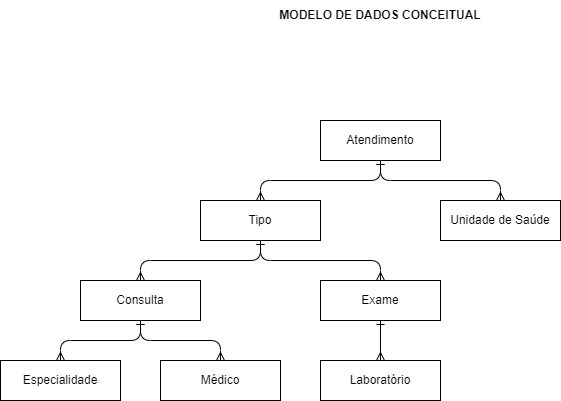
Before: Periodo 2/Desenvolvimento Rápido de Aplicações em Python/Projeto de Extensão/Modelo_Conceitual.png, a diagram exported from draw.io (rigueti-bruno/Uni-Codes). Source tidied: cells renumbered, new cells last; positions are measured from the earlier drawing's top-left corner, leaving out a move shared by most shapes. Its diagram source:
```xml
<mxGraphModel>
  <root>
    <mxCell id="0" />
    <mxCell id="1" parent="0" />
    <mxCell id="2" style="edgeStyle=orthogonalEdgeStyle;html=1;exitX=0.5;exitY=1;exitDx=0;exitDy=0;entryX=0.5;entryY=0;entryDx=0;entryDy=0;startArrow=ERone;startFill=0;endArrow=ERmany;endFill=0;" parent="1" edge="1" source="4" target="7">
      <mxGeometry relative="1" as="geometry" />
    </mxCell>
    <mxCell id="3" style="edgeStyle=orthogonalEdgeStyle;html=1;exitX=0.5;exitY=1;exitDx=0;exitDy=0;entryX=0.5;entryY=0;entryDx=0;entryDy=0;startArrow=ERone;startFill=0;endArrow=ERmany;endFill=0;" parent="1" edge="1" source="4" target="16">
      <mxGeometry relative="1" as="geometry" />
    </mxCell>
    <mxCell id="4" value="Atendimento" style="rounded=0;whiteSpace=wrap;html=1;" parent="1" vertex="1">
      <mxGeometry x="320" y="120" width="120" height="40" as="geometry" />
    </mxCell>
    <mxCell id="5" style="edgeStyle=orthogonalEdgeStyle;html=1;exitX=0.5;exitY=1;exitDx=0;exitDy=0;entryX=0.5;entryY=0;entryDx=0;entryDy=0;startArrow=ERone;startFill=0;endArrow=ERmany;endFill=0;" parent="1" edge="1" source="7" target="10">
      <mxGeometry relative="1" as="geometry" />
    </mxCell>
    <mxCell id="6" style="edgeStyle=orthogonalEdgeStyle;html=1;exitX=0.5;exitY=1;exitDx=0;exitDy=0;entryX=0.5;entryY=0;entryDx=0;entryDy=0;startArrow=ERone;startFill=0;endArrow=ERmany;endFill=0;" parent="1" edge="1" source="7" target="12">
      <mxGeometry relative="1" as="geometry" />
    </mxCell>
    <mxCell id="7" value="Tipo" style="rounded=0;whiteSpace=wrap;html=1;" parent="1" vertex="1">
      <mxGeometry x="200" y="200" width="120" height="40" as="geometry" />
    </mxCell>
    <mxCell id="8" style="edgeStyle=orthogonalEdgeStyle;html=1;exitX=0.5;exitY=1;exitDx=0;exitDy=0;entryX=0.5;entryY=0;entryDx=0;entryDy=0;startArrow=ERone;startFill=0;endArrow=ERmany;endFill=0;" parent="1" edge="1" source="10" target="13">
      <mxGeometry relative="1" as="geometry" />
    </mxCell>
    <mxCell id="9" style="edgeStyle=orthogonalEdgeStyle;html=1;exitX=0.5;exitY=1;exitDx=0;exitDy=0;entryX=0.5;entryY=0;entryDx=0;entryDy=0;startArrow=ERone;startFill=0;endArrow=ERmany;endFill=0;" parent="1" edge="1" source="10" target="14">
      <mxGeometry relative="1" as="geometry" />
    </mxCell>
    <mxCell id="10" value="Consulta" style="rounded=0;whiteSpace=wrap;html=1;" parent="1" vertex="1">
      <mxGeometry x="80" y="280" width="120" height="40" as="geometry" />
    </mxCell>
    <mxCell id="11" style="edgeStyle=orthogonalEdgeStyle;html=1;exitX=0.5;exitY=1;exitDx=0;exitDy=0;entryX=0.5;entryY=0;entryDx=0;entryDy=0;startArrow=ERone;startFill=0;endArrow=ERmany;endFill=0;" parent="1" edge="1" source="12" target="15">
      <mxGeometry relative="1" as="geometry" />
    </mxCell>
    <mxCell id="12" value="Exame" style="rounded=0;whiteSpace=wrap;html=1;" parent="1" vertex="1">
      <mxGeometry x="320" y="280" width="120" height="40" as="geometry" />
    </mxCell>
    <mxCell id="13" value="Especialidade" style="rounded=0;whiteSpace=wrap;html=1;" parent="1" vertex="1">
      <mxGeometry y="360" width="120" height="40" as="geometry" />
    </mxCell>
    <mxCell id="14" value="Médico" style="rounded=0;whiteSpace=wrap;html=1;" parent="1" vertex="1">
      <mxGeometry x="160" y="360" width="120" height="40" as="geometry" />
    </mxCell>
    <mxCell id="15" value="Laboratório" style="rounded=0;whiteSpace=wrap;html=1;" parent="1" vertex="1">
      <mxGeometry x="320" y="360" width="120" height="40" as="geometry" />
    </mxCell>
    <mxCell id="16" value="Unidade de Saúde" style="rounded=0;whiteSpace=wrap;html=1;" parent="1" vertex="1">
      <mxGeometry x="440" y="200" width="120" height="40" as="geometry" />
    </mxCell>
    <mxCell id="17" value="MODELO DE DADOS CONCEITUAL" style="text;html=1;strokeColor=none;fillColor=none;align=center;verticalAlign=middle;whiteSpace=wrap;rounded=0;fontStyle=1;" parent="1" vertex="1">
      <mxGeometry x="270" width="220" height="30" as="geometry" />
    </mxCell>
  </root>
</mxGraphModel>
```
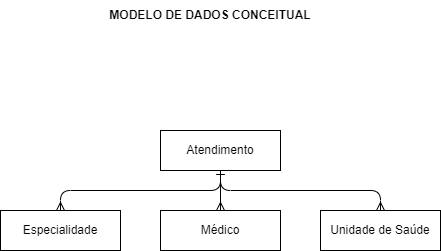
After the commit.

What changed in the source:
```diff
@@ -2,50 +2,26 @@
   <root>
     <mxCell id="0" />
     <mxCell id="1" parent="0" />
-    <mxCell id="2" style="edgeStyle=orthogonalEdgeStyle;html=1;exitX=0.5;exitY=1;exitDx=0;exitDy=0;entryX=0.5;entryY=0;entryDx=0;entryDy=0;startArrow=ERone;startFill=0;endArrow=ERmany;endFill=0;" parent="1" edge="1" source="4" target="7">
-      <mxGeometry relative="1" as="geometry" />
-    </mxCell>
+    <mxCell id="18" style="edgeStyle=orthogonalEdgeStyle;html=1;exitX=0.5;exitY=1;exitDx=0;exitDy=0;entryX=0.5;entryY=0;entryDx=0;entryDy=0;startArrow=ERone;startFill=0;endArrow=ERmany;endFill=0;" parent="1" edge="1" source="4" target="13">
+      <mxGeometry relative="1" as="geometry" />
+    </mxCell>
+    <mxCell id="19" style="edgeStyle=orthogonalEdgeStyle;html=1;exitX=0.5;exitY=1;exitDx=0;exitDy=0;entryX=0.5;entryY=0;entryDx=0;entryDy=0;startArrow=ERone;startFill=0;endArrow=ERmany;endFill=0;" parent="1" edge="1" source="4" target="14">
+      <mxGeometry relative="1" as="geometry" />
+    </mxCell>
     <mxCell id="3" style="edgeStyle=orthogonalEdgeStyle;html=1;exitX=0.5;exitY=1;exitDx=0;exitDy=0;entryX=0.5;entryY=0;entryDx=0;entryDy=0;startArrow=ERone;startFill=0;endArrow=ERmany;endFill=0;" parent="1" edge="1" source="4" target="16">
       <mxGeometry relative="1" as="geometry" />
     </mxCell>
     <mxCell id="4" value="Atendimento" style="rounded=0;whiteSpace=wrap;html=1;" parent="1" vertex="1">
-      <mxGeometry x="320" y="120" width="120" height="40" as="geometry" />
+      <mxGeometry x="330" y="130" width="120" height="40" as="geometry" />
     </mxCell>
-    <mxCell id="5" style="edgeStyle=orthogonalEdgeStyle;html=1;exitX=0.5;exitY=1;exitDx=0;exitDy=0;entryX=0.5;entryY=0;entryDx=0;entryDy=0;startArrow=ERone;startFill=0;endArrow=ERmany;endFill=0;" parent="1" edge="1" source="7" target="10">
-      <mxGeometry relative="1" as="geometry" />
-    </mxCell>
-    <mxCell id="6" style="edgeStyle=orthogonalEdgeStyle;html=1;exitX=0.5;exitY=1;exitDx=0;exitDy=0;entryX=0.5;entryY=0;entryDx=0;entryDy=0;startArrow=ERone;startFill=0;endArrow=ERmany;endFill=0;" parent="1" edge="1" source="7" target="12">
-      <mxGeometry relative="1" as="geometry" />
-    </mxCell>
-    <mxCell id="7" value="Tipo" style="rounded=0;whiteSpace=wrap;html=1;" parent="1" vertex="1">
-      <mxGeometry x="200" y="200" width="120" height="40" as="geometry" />
-    </mxCell>
-    <mxCell id="8" style="edgeStyle=orthogonalEdgeStyle;html=1;exitX=0.5;exitY=1;exitDx=0;exitDy=0;entryX=0.5;entryY=0;entryDx=0;entryDy=0;startArrow=ERone;startFill=0;endArrow=ERmany;endFill=0;" parent="1" edge="1" source="10" target="13">
-      <mxGeometry relative="1" as="geometry" />
-    </mxCell>
-    <mxCell id="9" style="edgeStyle=orthogonalEdgeStyle;html=1;exitX=0.5;exitY=1;exitDx=0;exitDy=0;entryX=0.5;entryY=0;entryDx=0;entryDy=0;startArrow=ERone;startFill=0;endArrow=ERmany;endFill=0;" parent="1" edge="1" source="10" target="14">
-      <mxGeometry relative="1" as="geometry" />
-    </mxCell>
-    <mxCell id="10" value="Consulta" style="rounded=0;whiteSpace=wrap;html=1;" parent="1" vertex="1">
-      <mxGeometry x="80" y="280" width="120" height="40" as="geometry" />
-    </mxCell>
-    <mxCell id="11" style="edgeStyle=orthogonalEdgeStyle;html=1;exitX=0.5;exitY=1;exitDx=0;exitDy=0;entryX=0.5;entryY=0;entryDx=0;entryDy=0;startArrow=ERone;startFill=0;endArrow=ERmany;endFill=0;" parent="1" edge="1" source="12" target="15">
-      <mxGeometry relative="1" as="geometry" />
-    </mxCell>
-    <mxCell id="12" value="Exame" style="rounded=0;whiteSpace=wrap;html=1;" parent="1" vertex="1">
-      <mxGeometry x="320" y="280" width="120" height="40" as="geometry" />
-    </mxCell>
     <mxCell id="13" value="Especialidade" style="rounded=0;whiteSpace=wrap;html=1;" parent="1" vertex="1">
-      <mxGeometry y="360" width="120" height="40" as="geometry" />
+      <mxGeometry x="170" y="210" width="120" height="40" as="geometry" />
     </mxCell>
     <mxCell id="14" value="Médico" style="rounded=0;whiteSpace=wrap;html=1;" parent="1" vertex="1">
-      <mxGeometry x="160" y="360" width="120" height="40" as="geometry" />
+      <mxGeometry x="330" y="210" width="120" height="40" as="geometry" />
     </mxCell>
-    <mxCell id="15" value="Laboratório" style="rounded=0;whiteSpace=wrap;html=1;" parent="1" vertex="1">
-      <mxGeometry x="320" y="360" width="120" height="40" as="geometry" />
-    </mxCell>
     <mxCell id="16" value="Unidade de Saúde" style="rounded=0;whiteSpace=wrap;html=1;" parent="1" vertex="1">
-      <mxGeometry x="440" y="200" width="120" height="40" as="geometry" />
+      <mxGeometry x="490" y="210" width="120" height="40" as="geometry" />
     </mxCell>
     <mxCell id="17" value="MODELO DE DADOS CONCEITUAL" style="text;html=1;strokeColor=none;fillColor=none;align=center;verticalAlign=middle;whiteSpace=wrap;rounded=0;fontStyle=1;" parent="1" vertex="1">
       <mxGeometry x="270" width="220" height="30" as="geometry" />
```
